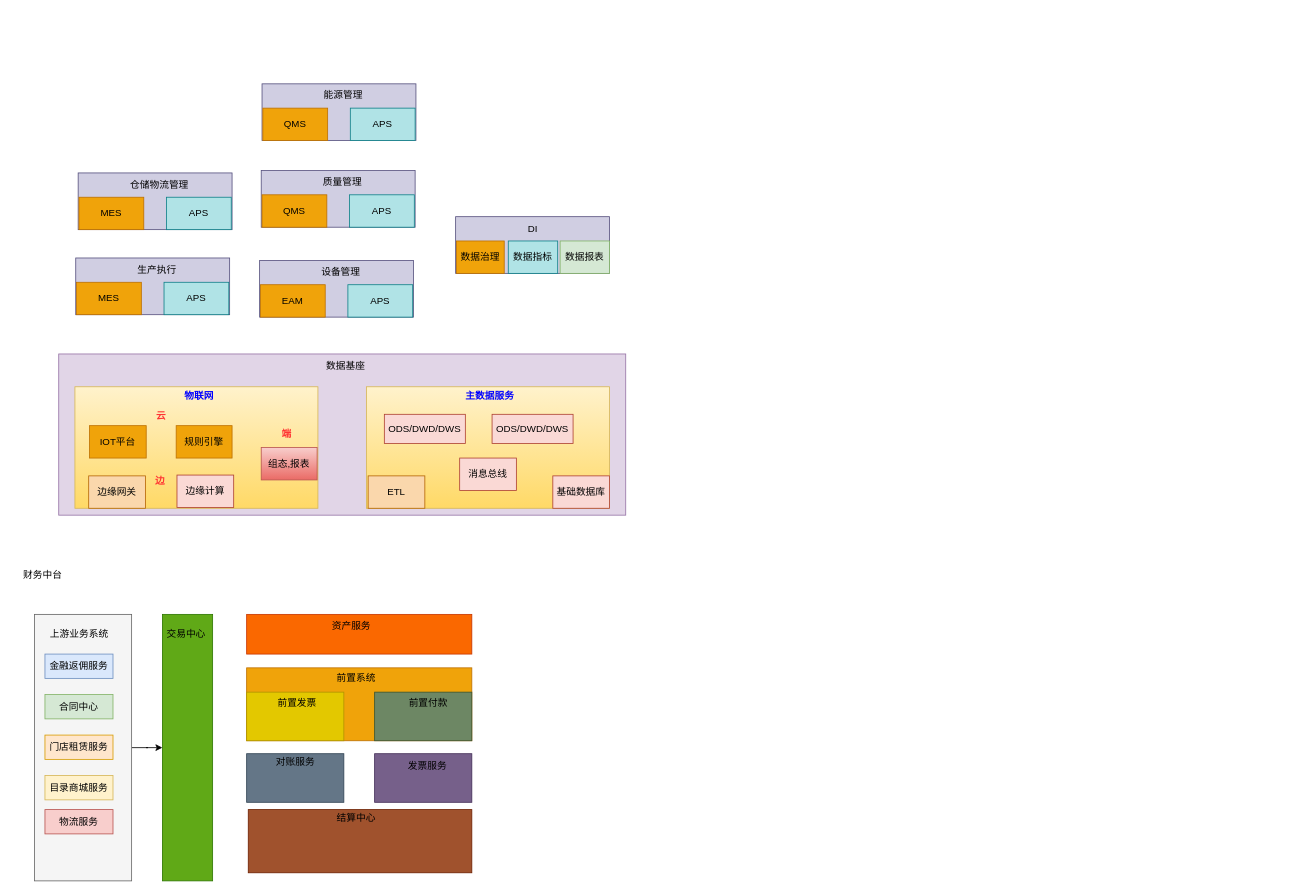
cqu20141693/draw.io keeps this draw.io diagram as 架构设计.drawio. Above is the earlier version. Source tidied: cells renumbered, new cells numbered last; positions are measured from the earlier drawing's top-left corner, leaving out a move shared by most shapes. Both pictures are drawn from the tidied source at 81%, with x=0, y=0 at pixel (14, 83).
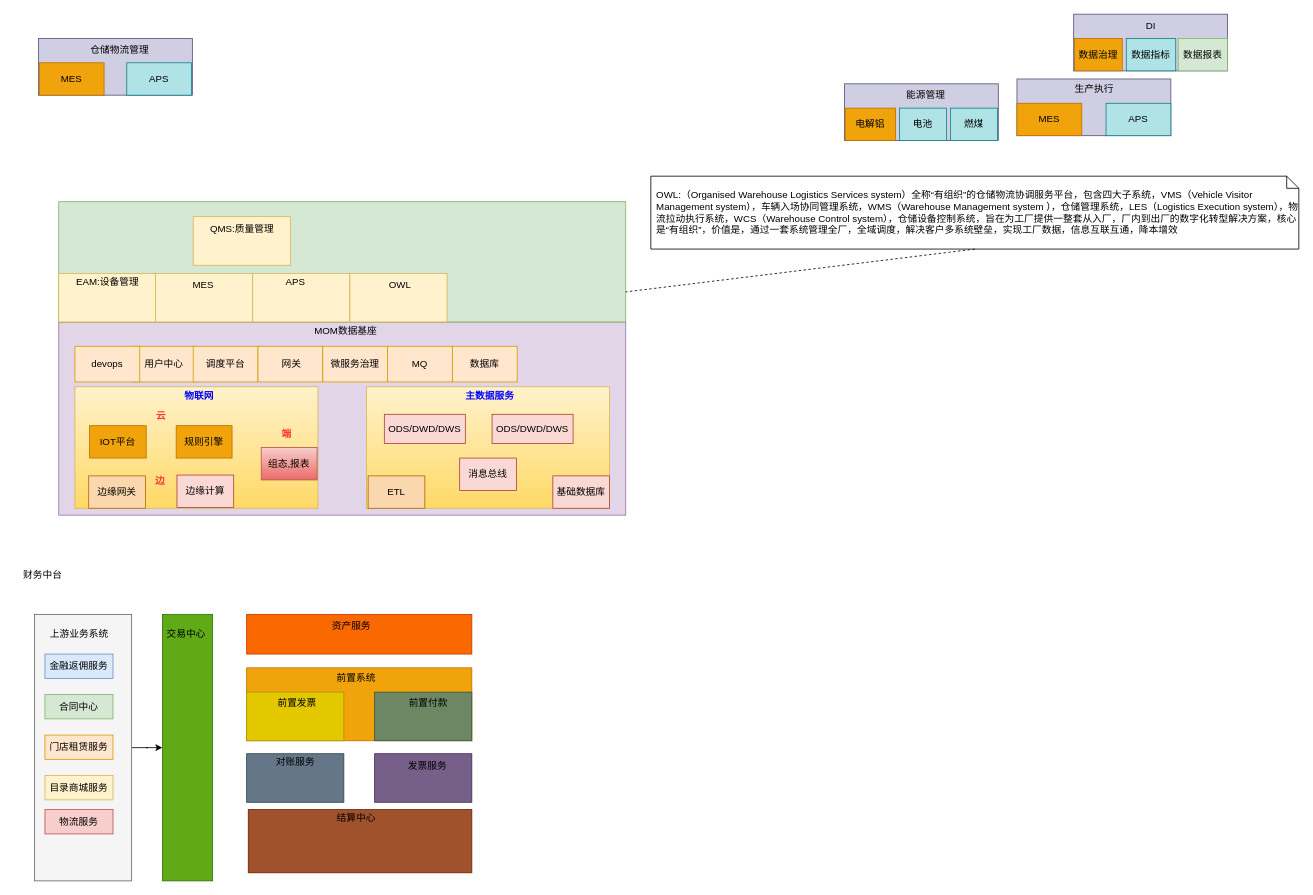
After the change.

Commit message:
更新架构设计.drawio

The edit, as a diff of the source:
```diff
@@
     <mxCell id="2" style="rounded=0;whiteSpace=wrap;html=1;fillColor=#e1d5e7;strokeColor=#9673a6;" parent="1" vertex="1">
-      <mxGeometry x="55" y="334.5" width="700" height="199" as="geometry" />
+      <mxGeometry x="55" y="295" width="700" height="238.5" as="geometry" />
     </mxCell>
@@
     <mxCell id="5" style="rounded=0;whiteSpace=wrap;html=1;fillColor=#d0cee2;strokeColor=#56517e;" parent="1" vertex="1">
-      <mxGeometry x="76" y="216" width="190" height="70" as="geometry" />
+      <mxGeometry x="1238" y="-5" width="190" height="70" as="geometry" />
     </mxCell>
     <mxCell id="6" value="生产执行" style="text;html=1;align=center;verticalAlign=middle;strokeColor=none;fillColor=none;" parent="1" vertex="1">
-      <mxGeometry x="141" y="216" width="70" height="30" as="geometry" />
+      <mxGeometry x="1298" y="-8" width="70" height="30" as="geometry" />
     </mxCell>
     <mxCell id="7" value="MES" style="rounded=0;whiteSpace=wrap;html=1;fillColor=#f0a30a;fontColor=#000000;strokeColor=#BD7000;" parent="1" vertex="1">
-      <mxGeometry x="77" y="246" width="80" height="40" as="geometry" />
+      <mxGeometry x="1238" y="25" width="80" height="40" as="geometry" />
     </mxCell>
     <mxCell id="8" value="APS" style="rounded=0;whiteSpace=wrap;html=1;fillColor=#b0e3e6;strokeColor=#0e8088;" parent="1" vertex="1">
-      <mxGeometry x="185" y="246" width="80" height="40" as="geometry" />
+      <mxGeometry x="1348" y="25" width="80" height="40" as="geometry" />
     </mxCell>
@@
     <mxCell id="17" style="rounded=0;whiteSpace=wrap;html=1;fillColor=#d0cee2;strokeColor=#56517e;" parent="1" vertex="1">
-      <mxGeometry x="79" y="111" width="190" height="70" as="geometry" />
+      <mxGeometry x="30" y="-55" width="190" height="70" as="geometry" />
     </mxCell>
     <mxCell id="18" value="仓储物流管理" style="text;html=1;align=center;verticalAlign=middle;strokeColor=none;fillColor=none;" parent="1" vertex="1">
-      <mxGeometry x="129" y="111" width="100" height="30" as="geometry" />
+      <mxGeometry x="80" y="-55" width="100" height="30" as="geometry" />
     </mxCell>
     <mxCell id="19" value="MES" style="rounded=0;whiteSpace=wrap;html=1;fillColor=#f0a30a;fontColor=#000000;strokeColor=#BD7000;" parent="1" vertex="1">
-      <mxGeometry x="80" y="141" width="80" height="40" as="geometry" />
+      <mxGeometry x="31" y="-25" width="80" height="40" as="geometry" />
     </mxCell>
     <mxCell id="20" value="APS" style="rounded=0;whiteSpace=wrap;html=1;fillColor=#b0e3e6;strokeColor=#0e8088;" parent="1" vertex="1">
-      <mxGeometry x="188" y="141" width="80" height="40" as="geometry" />
+      <mxGeometry x="139" y="-25" width="80" height="40" as="geometry" />
     </mxCell>
-    <mxCell id="21" style="rounded=0;whiteSpace=wrap;html=1;fillColor=#d0cee2;strokeColor=#56517e;" parent="1" vertex="1">
-      <mxGeometry x="303" y="219" width="190" height="70" as="geometry" />
-    </mxCell>
-    <mxCell id="22" value="设备管理" style="text;html=1;align=center;verticalAlign=middle;strokeColor=none;fillColor=none;" parent="1" vertex="1">
-      <mxGeometry x="368" y="219" width="70" height="30" as="geometry" />
-    </mxCell>
-    <mxCell id="23" value="EAM" style="rounded=0;whiteSpace=wrap;html=1;fillColor=#f0a30a;fontColor=#000000;strokeColor=#BD7000;" parent="1" vertex="1">
-      <mxGeometry x="304" y="249" width="80" height="40" as="geometry" />
-    </mxCell>
-    <mxCell id="24" value="APS" style="rounded=0;whiteSpace=wrap;html=1;fillColor=#b0e3e6;strokeColor=#0e8088;" parent="1" vertex="1">
-      <mxGeometry x="412" y="249" width="80" height="40" as="geometry" />
-    </mxCell>
-    <mxCell id="25" style="rounded=0;whiteSpace=wrap;html=1;fillColor=#d0cee2;strokeColor=#56517e;" parent="1" vertex="1">
-      <mxGeometry x="305" y="108" width="190" height="70" as="geometry" />
-    </mxCell>
-    <mxCell id="26" value="质量管理" style="text;html=1;align=center;verticalAlign=middle;strokeColor=none;fillColor=none;" parent="1" vertex="1">
-      <mxGeometry x="370" y="108" width="70" height="30" as="geometry" />
-    </mxCell>
-    <mxCell id="27" value="QMS" style="rounded=0;whiteSpace=wrap;html=1;fillColor=#f0a30a;fontColor=#000000;strokeColor=#BD7000;" parent="1" vertex="1">
-      <mxGeometry x="306" y="138" width="80" height="40" as="geometry" />
-    </mxCell>
-    <mxCell id="28" value="APS" style="rounded=0;whiteSpace=wrap;html=1;fillColor=#b0e3e6;strokeColor=#0e8088;" parent="1" vertex="1">
-      <mxGeometry x="414" y="138" width="80" height="40" as="geometry" />
-    </mxCell>
     <mxCell id="29" style="rounded=0;whiteSpace=wrap;html=1;fillColor=#d0cee2;strokeColor=#56517e;" parent="1" vertex="1">
-      <mxGeometry x="306" y="1" width="190" height="70" as="geometry" />
+      <mxGeometry x="1025" y="1" width="190" height="70" as="geometry" />
     </mxCell>
     <mxCell id="30" value="能源管理" style="text;html=1;align=center;verticalAlign=middle;strokeColor=none;fillColor=none;" parent="1" vertex="1">
-      <mxGeometry x="371" width="70" height="30" as="geometry" />
+      <mxGeometry x="1090" width="70" height="30" as="geometry" />
     </mxCell>
-    <mxCell id="31" value="QMS" style="rounded=0;whiteSpace=wrap;html=1;fillColor=#f0a30a;fontColor=#000000;strokeColor=#BD7000;" parent="1" vertex="1">
-      <mxGeometry x="307" y="31" width="80" height="40" as="geometry" />
+    <mxCell id="31" value="电解铝" style="rounded=0;whiteSpace=wrap;html=1;fillColor=#f0a30a;fontColor=#000000;strokeColor=#BD7000;" parent="1" vertex="1">
+      <mxGeometry x="1026" y="31" width="62" height="40" as="geometry" />
     </mxCell>
-    <mxCell id="32" value="APS" style="rounded=0;whiteSpace=wrap;html=1;fillColor=#b0e3e6;strokeColor=#0e8088;" parent="1" vertex="1">
-      <mxGeometry x="415" y="31" width="80" height="40" as="geometry" />
+    <mxCell id="32" value="电池" style="rounded=0;whiteSpace=wrap;html=1;fillColor=#b0e3e6;strokeColor=#0e8088;" parent="1" vertex="1">
+      <mxGeometry x="1093" y="31" width="58" height="40" as="geometry" />
     </mxCell>
@@
-    <mxCell id="38" value="数据基座" style="text;html=1;align=center;verticalAlign=middle;strokeColor=none;fillColor=none;" parent="1" vertex="1">
-      <mxGeometry x="374" y="334.5" width="70" height="30" as="geometry" />
+    <mxCell id="38" value="MOM数据基座" style="text;html=1;align=center;verticalAlign=middle;strokeColor=none;fillColor=none;" parent="1" vertex="1">
+      <mxGeometry x="359" y="291" width="100" height="30" as="geometry" />
     </mxCell>
@@
     <mxCell id="40" style="rounded=0;whiteSpace=wrap;html=1;fillColor=#d0cee2;strokeColor=#56517e;" parent="1" vertex="1">
-      <mxGeometry x="545" y="165" width="190" height="70" as="geometry" />
+      <mxGeometry x="1308" y="-85" width="190" height="70" as="geometry" />
     </mxCell>
     <mxCell id="41" value="DI" style="text;html=1;align=center;verticalAlign=middle;strokeColor=none;fillColor=none;" parent="1" vertex="1">
-      <mxGeometry x="620" y="165" width="40" height="30" as="geometry" />
+      <mxGeometry x="1383" y="-85" width="40" height="30" as="geometry" />
     </mxCell>
     <mxCell id="42" value="数据治理" style="rounded=0;whiteSpace=wrap;html=1;fillColor=#f0a30a;fontColor=#000000;strokeColor=#BD7000;" parent="1" vertex="1">
-      <mxGeometry x="546" y="195" width="59" height="40" as="geometry" />
+      <mxGeometry x="1309" y="-55" width="59" height="40" as="geometry" />
     </mxCell>
     <mxCell id="43" value="数据指标" style="rounded=0;whiteSpace=wrap;html=1;fillColor=#b0e3e6;strokeColor=#0e8088;" parent="1" vertex="1">
-      <mxGeometry x="610" y="195" width="61" height="40" as="geometry" />
+      <mxGeometry x="1373" y="-55" width="61" height="40" as="geometry" />
     </mxCell>
@@
     <mxCell id="45" value="数据报表" style="rounded=0;whiteSpace=wrap;html=1;fillColor=#d5e8d4;strokeColor=#82b366;" parent="1" vertex="1">
-      <mxGeometry x="674" y="195" width="61" height="40" as="geometry" />
+      <mxGeometry x="1437" y="-55" width="61" height="40" as="geometry" />
     </mxCell>
@@
+    <mxCell id="71" value="用户中心" style="rounded=0;whiteSpace=wrap;html=1;fillColor=#ffe6cc;strokeColor=#d79b00;" parent="1" vertex="1">
+      <mxGeometry x="145" y="325" width="80" height="44" as="geometry" />
+    </mxCell>
+    <mxCell id="72" value="燃煤" style="rounded=0;whiteSpace=wrap;html=1;fillColor=#b0e3e6;strokeColor=#0e8088;" parent="1" vertex="1">
+      <mxGeometry x="1156" y="31" width="58" height="40" as="geometry" />
+    </mxCell>
+    <mxCell id="73" value="调度平台" style="rounded=0;whiteSpace=wrap;html=1;fillColor=#ffe6cc;strokeColor=#d79b00;" parent="1" vertex="1">
+      <mxGeometry x="221" y="325" width="80" height="44" as="geometry" />
+    </mxCell>
+    <mxCell id="74" value="&amp;nbsp;网关" style="rounded=0;whiteSpace=wrap;html=1;fillColor=#ffe6cc;strokeColor=#d79b00;" parent="1" vertex="1">
+      <mxGeometry x="301" y="325" width="80" height="44" as="geometry" />
+    </mxCell>
+    <mxCell id="75" value="MQ" style="rounded=0;whiteSpace=wrap;html=1;fillColor=#ffe6cc;strokeColor=#d79b00;" parent="1" vertex="1">
+      <mxGeometry x="461" y="325" width="80" height="44" as="geometry" />
+    </mxCell>
+    <mxCell id="76" value="devops" style="rounded=0;whiteSpace=wrap;html=1;fillColor=#ffe6cc;strokeColor=#d79b00;" parent="1" vertex="1">
+      <mxGeometry x="75" y="325" width="80" height="44" as="geometry" />
+    </mxCell>
+    <mxCell id="77" value="数据库" style="rounded=0;whiteSpace=wrap;html=1;fillColor=#ffe6cc;strokeColor=#d79b00;" parent="1" vertex="1">
+      <mxGeometry x="541" y="325" width="80" height="44" as="geometry" />
+    </mxCell>
+    <mxCell id="78" value="微服务治理" style="rounded=0;whiteSpace=wrap;html=1;fillColor=#ffe6cc;strokeColor=#d79b00;" parent="1" vertex="1">
+      <mxGeometry x="381" y="325" width="80" height="44" as="geometry" />
+    </mxCell>
+    <mxCell id="79" style="rounded=0;whiteSpace=wrap;html=1;fillColor=#d5e8d4;strokeColor=#82b366;" parent="1" vertex="1">
+      <mxGeometry x="55" y="146.5" width="700" height="148.5" as="geometry" />
+    </mxCell>
+    <mxCell id="80" style="rounded=0;whiteSpace=wrap;html=1;fillColor=#fff2cc;strokeColor=#d6b656;" parent="1" vertex="1">
+      <mxGeometry x="55" y="235" width="120" height="60" as="geometry" />
+    </mxCell>
+    <mxCell id="81" value="EAM:设备管理" style="text;html=1;align=center;verticalAlign=middle;strokeColor=none;fillColor=none;" parent="1" vertex="1">
+      <mxGeometry x="65" y="231" width="100" height="30" as="geometry" />
+    </mxCell>
+    <mxCell id="82" style="rounded=0;whiteSpace=wrap;html=1;fillColor=#fff2cc;strokeColor=#d6b656;" parent="1" vertex="1">
+      <mxGeometry x="221" y="165" width="120" height="60" as="geometry" />
+    </mxCell>
+    <mxCell id="83" value="QMS:质量管理" style="text;html=1;align=center;verticalAlign=middle;strokeColor=none;fillColor=none;" parent="1" vertex="1">
+      <mxGeometry x="231" y="165" width="100" height="30" as="geometry" />
+    </mxCell>
+    <mxCell id="84" style="rounded=0;whiteSpace=wrap;html=1;fillColor=#fff2cc;strokeColor=#d6b656;" parent="1" vertex="1">
+      <mxGeometry x="174.5" y="235" width="120" height="60" as="geometry" />
+    </mxCell>
+    <mxCell id="85" value="MES" style="text;html=1;align=center;verticalAlign=middle;strokeColor=none;fillColor=none;" parent="1" vertex="1">
+      <mxGeometry x="208" y="235" width="50" height="30" as="geometry" />
+    </mxCell>
+    <mxCell id="86" style="rounded=0;whiteSpace=wrap;html=1;fillColor=#fff2cc;strokeColor=#d6b656;" parent="1" vertex="1">
+      <mxGeometry x="294.5" y="235" width="120" height="60" as="geometry" />
+    </mxCell>
+    <mxCell id="87" value="APS" style="text;html=1;align=center;verticalAlign=middle;strokeColor=none;fillColor=none;" parent="1" vertex="1">
+      <mxGeometry x="322" y="231" width="50" height="30" as="geometry" />
+    </mxCell>
+    <mxCell id="88" style="rounded=0;whiteSpace=wrap;html=1;fillColor=#fff2cc;strokeColor=#d6b656;" parent="1" vertex="1">
+      <mxGeometry x="414.5" y="235" width="120" height="60" as="geometry" />
+    </mxCell>
+    <mxCell id="89" value="OWL" style="text;html=1;align=center;verticalAlign=middle;strokeColor=none;fillColor=none;" parent="1" vertex="1">
+      <mxGeometry x="451" y="235" width="50" height="30" as="geometry" />
+    </mxCell>
+    <mxCell id="90" value="OWL:（Organised Warehouse Logistics Services system）全称“有组织”的仓储物流协调服务平台，包含四大子系统，VMS（Vehicle Visitor Management system），车辆入场协同管理系统，WMS（Warehouse Management system ），仓储管理系统，LES（Logistics Execution system），物流拉动执行系统，WCS（Warehouse Control system），仓储设备控制系统，旨在为工厂提供一整套从入厂，厂内到出厂的数字化转型解决方案，核心是“有组织”，价值是，通过一套系统管理全厂，全域调度，解决客户多系统壁垒，实现工厂数据，信息互联互通，降本增效" style="shape=note;size=15;spacingLeft=5;align=left;whiteSpace=wrap;" parent="1" vertex="1">
+      <mxGeometry x="786" y="115" width="800" height="90" as="geometry" />
+    </mxCell>
+    <mxCell id="91" style="edgeStyle=none;html=1;endArrow=none;rounded=0;labelBackgroundColor=none;dashed=1;exitX=0.5;exitY=1;entryX=1;entryY=0.75;entryDx=0;entryDy=0;" parent="1" edge="1" source="90" target="79">
+      <mxGeometry relative="1" as="geometry" />
+    </mxCell>
```
